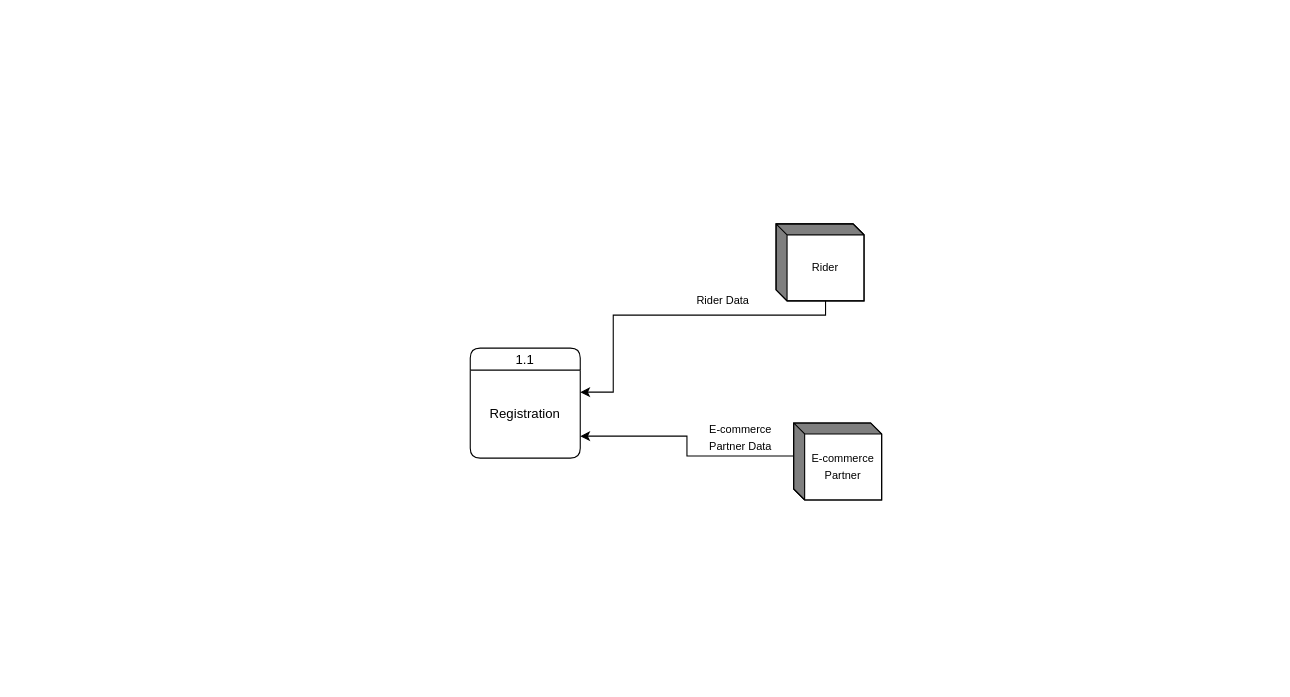
IamSaqibJaved/Diagrams keeps this draw.io diagram as page "Page-19" (19 of 24) of Activity Diagram UC-1.drawio. Above is the earlier version. Source tidied: cells renumbered, new cells numbered last; positions are measured from the earlier drawing's top-left corner, leaving out a move shared by most shapes. Both pictures are drawn from the tidied source at 110%, with x=0, y=0 at pixel (470, 223).
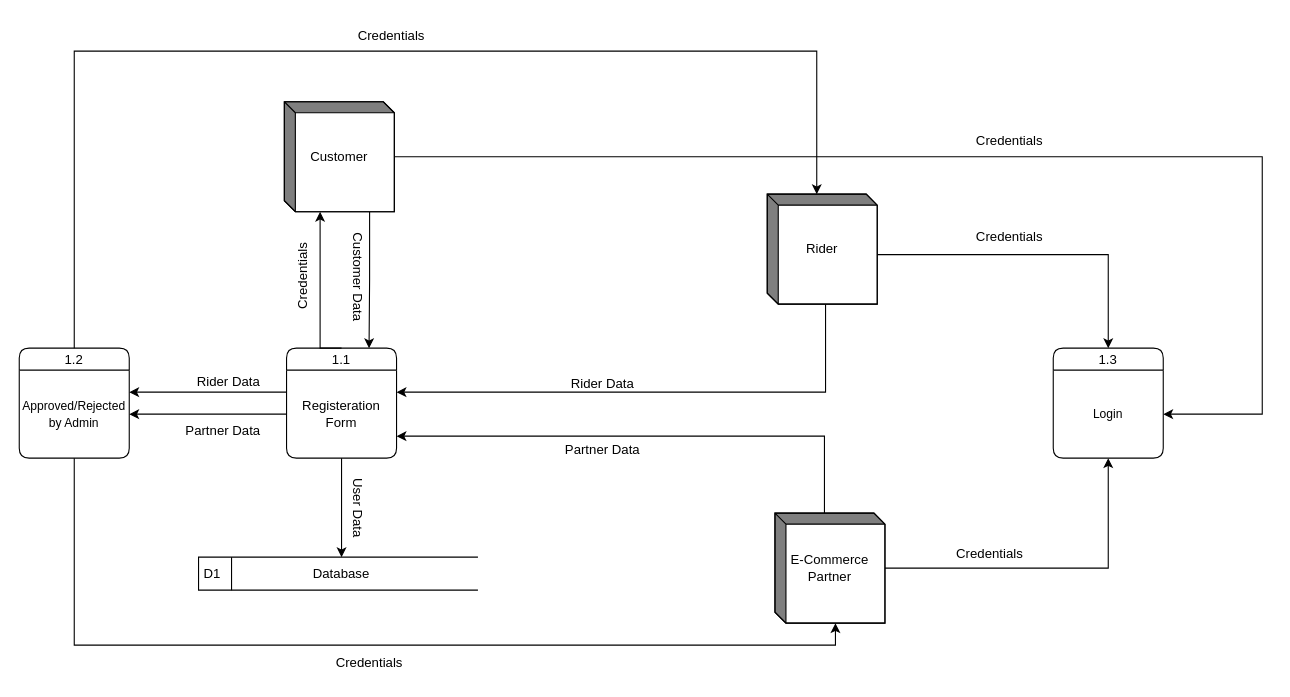
The same page after the edit.

What changed in the source:
```diff
@@
     <mxCell id="2" value="1.1" style="swimlane;fontStyle=0;horizontal=1;startSize=20;fillColor=#ffffff;swimlaneFillColor=#ffffff;rounded=1;" parent="1" vertex="1">
-      <mxGeometry y="113" width="100" height="100" as="geometry" />
+      <mxGeometry x="-167" y="113" width="100" height="100" as="geometry" />
     </mxCell>
-    <mxCell id="3" value="Registration" style="text;html=1;align=center;verticalAlign=middle;whiteSpace=wrap;rounded=0;" parent="2" vertex="1">
+    <mxCell id="3" value="Registeration Form" style="text;html=1;align=center;verticalAlign=middle;whiteSpace=wrap;rounded=0;" parent="2" vertex="1">
       <mxGeometry y="20" width="100" height="80" as="geometry" />
     </mxCell>
-    <mxCell id="4" style="edgeStyle=orthogonalEdgeStyle;rounded=0;jettySize=auto;html=1;exitX=0;exitY=0;exitDx=45;exitDy=70;exitPerimeter=0;entryX=1;entryY=0.25;entryDx=0;entryDy=0;" parent="1" edge="1" source="5" target="3">
+    <mxCell id="4" style="edgeStyle=orthogonalEdgeStyle;rounded=0;jettySize=auto;html=1;exitX=0;exitY=0;exitDx=45;exitDy=70;exitPerimeter=0;entryX=1;entryY=0.25;entryDx=0;entryDy=0;" parent="1" edge="1" target="3">
       <mxGeometry relative="1" as="geometry">
+        <mxPoint x="323" y="70" as="sourcePoint" />
         <Array as="points">
-          <mxPoint x="323" y="83" />
-          <mxPoint x="130" y="83" />
-          <mxPoint x="130" y="153" />
+          <mxPoint x="323" y="153" />
         </Array>
       </mxGeometry>
     </mxCell>
-    <mxCell id="5" style="html=1;dashed=0;whiteSpace=wrap;shape=mxgraph.dfd.externalEntity;" parent="1" vertex="1">
-      <mxGeometry x="278" width="80" height="70" as="geometry" />
-    </mxCell>
-    <mxCell id="6" style="edgeStyle=orthogonalEdgeStyle;rounded=0;jettySize=auto;html=1;exitX=0;exitY=0;exitDx=0;exitDy=30;exitPerimeter=0;entryX=1;entryY=0.75;entryDx=0;entryDy=0;" parent="1" edge="1" source="7" target="3">
+    <mxCell id="6" style="edgeStyle=orthogonalEdgeStyle;rounded=0;jettySize=auto;html=1;exitX=0;exitY=0;exitDx=45;exitDy=0;exitPerimeter=0;entryX=1;entryY=0.75;entryDx=0;entryDy=0;" parent="1" edge="1" source="13" target="3">
       <mxGeometry relative="1" as="geometry" />
     </mxCell>
-    <mxCell id="7" style="html=1;dashed=0;whiteSpace=wrap;shape=mxgraph.dfd.externalEntity;" parent="1" vertex="1">
-      <mxGeometry x="294" y="181" width="80" height="70" as="geometry" />
-    </mxCell>
+    <mxCell id="12" style="edgeStyle=orthogonalEdgeStyle;rounded=0;jettySize=auto;html=1;entryX=0.5;entryY=1;entryDx=0;entryDy=0;" parent="1" edge="1" source="13" target="38">
+      <mxGeometry relative="1" as="geometry" />
+    </mxCell>
+    <mxCell id="13" value="E-Commerce Partner" style="html=1;dashed=0;whiteSpace=wrap;shape=mxgraph.dfd.externalEntity;" parent="1" vertex="1">
+      <mxGeometry x="277" y="263" width="100" height="100" as="geometry" />
+    </mxCell>
+    <mxCell id="14" style="edgeStyle=orthogonalEdgeStyle;rounded=0;jettySize=auto;html=1;exitX=0;exitY=0;exitDx=100;exitDy=55;exitPerimeter=0;entryX=0.5;entryY=0;entryDx=0;entryDy=0;" parent="1" edge="1" source="8" target="37">
+      <mxGeometry relative="1" as="geometry" />
+    </mxCell>
-    <mxCell id="8" value="&lt;font style=&quot;font-size: 10px;&quot;&gt;Rider&lt;/font&gt;" style="text;html=1;align=center;verticalAlign=middle;whiteSpace=wrap;rounded=0;" parent="1" vertex="1">
-      <mxGeometry x="293" y="24" width="60" height="30" as="geometry" />
+    <mxCell id="8" value="Rider" style="html=1;dashed=0;whiteSpace=wrap;shape=mxgraph.dfd.externalEntity;" parent="1" vertex="1">
+      <mxGeometry x="270" y="-27" width="100" height="100" as="geometry" />
     </mxCell>
-    <mxCell id="9" value="&lt;span style=&quot;font-size: 10px;&quot;&gt;E-commerce Partner&lt;/span&gt;" style="text;html=1;align=center;verticalAlign=middle;whiteSpace=wrap;rounded=0;" parent="1" vertex="1">
-      <mxGeometry x="309" y="205" width="60" height="30" as="geometry" />
-    </mxCell>
-    <mxCell id="10" value="&lt;font style=&quot;font-size: 10px;&quot;&gt;Rider Data&lt;/font&gt;" style="text;html=1;align=center;verticalAlign=middle;whiteSpace=wrap;rounded=0;" parent="1" vertex="1">
-      <mxGeometry x="200" y="54" width="60" height="30" as="geometry" />
-    </mxCell>
-    <mxCell id="11" value="&lt;span style=&quot;font-size: 10px;&quot;&gt;E-commerce Partner Data&lt;/span&gt;" style="text;html=1;align=center;verticalAlign=middle;whiteSpace=wrap;rounded=0;" parent="1" vertex="1">
-      <mxGeometry x="200" y="179" width="92" height="30" as="geometry" />
-    </mxCell>
+    <mxCell id="15" value="Rider Data" style="text;html=1;align=center;verticalAlign=middle;strokeColor=none;fillColor=none;" parent="1" vertex="1">
+      <mxGeometry x="80" y="131" width="80" height="30" as="geometry" />
+    </mxCell>
+    <mxCell id="16" value="Partner Data" style="text;html=1;align=center;verticalAlign=middle;strokeColor=none;fillColor=none;" parent="1" vertex="1">
+      <mxGeometry x="75" y="191" width="90" height="30" as="geometry" />
+    </mxCell>
+    <mxCell id="17" value="1.2" style="swimlane;fontStyle=0;horizontal=1;startSize=20;fillColor=#ffffff;swimlaneFillColor=#ffffff;rounded=1;" parent="1" vertex="1">
+      <mxGeometry x="-410" y="113" width="100" height="100" as="geometry" />
+    </mxCell>
+    <mxCell id="18" value="&lt;font style=&quot;font-size: 11px;&quot;&gt;Approved/Rejected&lt;/font&gt;&lt;div&gt;&lt;font style=&quot;font-size: 11px;&quot;&gt;by Admin&lt;/font&gt;&lt;/div&gt;" style="text;html=1;align=center;verticalAlign=middle;whiteSpace=wrap;rounded=0;" parent="17" vertex="1">
+      <mxGeometry y="20" width="100" height="80" as="geometry" />
+    </mxCell>
+    <mxCell id="19" style="edgeStyle=orthogonalEdgeStyle;rounded=0;jettySize=auto;html=1;exitX=0;exitY=0.5;exitDx=0;exitDy=0;entryX=1;entryY=0.5;entryDx=0;entryDy=0;" parent="1" edge="1" source="3" target="18">
+      <mxGeometry relative="1" as="geometry" />
+    </mxCell>
+    <mxCell id="20" style="edgeStyle=orthogonalEdgeStyle;rounded=0;jettySize=auto;html=1;exitX=0;exitY=0.25;exitDx=0;exitDy=0;entryX=1;entryY=0.25;entryDx=0;entryDy=0;" parent="1" edge="1" source="3" target="18">
+      <mxGeometry relative="1" as="geometry" />
+    </mxCell>
+    <mxCell id="21" value="D1" style="html=1;dashed=0;whiteSpace=wrap;shape=mxgraph.dfd.dataStoreID;align=left;spacingLeft=3;" parent="1" vertex="1">
+      <mxGeometry x="-247" y="303" width="254" height="30" as="geometry" />
+    </mxCell>
+    <mxCell id="22" value="Database" style="text;html=1;align=center;verticalAlign=middle;whiteSpace=wrap;rounded=0;" parent="1" vertex="1">
+      <mxGeometry x="-147" y="303" width="60" height="30" as="geometry" />
+    </mxCell>
+    <mxCell id="23" value="User Data" style="text;html=1;align=center;verticalAlign=middle;strokeColor=none;fillColor=none;rotation=90;" parent="1" vertex="1">
+      <mxGeometry x="-142" y="243" width="80" height="30" as="geometry" />
+    </mxCell>
+    <mxCell id="24" value="Partner Data" style="text;html=1;align=center;verticalAlign=middle;strokeColor=none;fillColor=none;" parent="1" vertex="1">
+      <mxGeometry x="-270" y="173" width="90" height="30" as="geometry" />
+    </mxCell>
+    <mxCell id="25" value="Rider Data" style="text;html=1;align=center;verticalAlign=middle;strokeColor=none;fillColor=none;" parent="1" vertex="1">
+      <mxGeometry x="-260" y="129" width="80" height="30" as="geometry" />
+    </mxCell>
+    <mxCell id="26" style="edgeStyle=orthogonalEdgeStyle;rounded=0;jettySize=auto;html=1;exitX=0;exitY=0;exitDx=77.5;exitDy=100;exitPerimeter=0;entryX=0.75;entryY=0;entryDx=0;entryDy=0;" parent="1" edge="1" source="28" target="2">
+      <mxGeometry relative="1" as="geometry" />
+    </mxCell>
+    <mxCell id="27" style="edgeStyle=orthogonalEdgeStyle;rounded=0;jettySize=auto;html=1;exitX=0;exitY=0;exitDx=100;exitDy=55;exitPerimeter=0;entryX=1;entryY=0.5;entryDx=0;entryDy=0;" parent="1" edge="1" source="28" target="38">
+      <mxGeometry relative="1" as="geometry">
+        <Array as="points">
+          <mxPoint x="-69" y="-61" />
+          <mxPoint x="720" y="-61" />
+          <mxPoint x="720" y="173" />
+        </Array>
+      </mxGeometry>
+    </mxCell>
+    <mxCell id="28" value="Customer" style="html=1;dashed=0;whiteSpace=wrap;shape=mxgraph.dfd.externalEntity;" parent="1" vertex="1">
+      <mxGeometry x="-169" y="-111" width="100" height="100" as="geometry" />
+    </mxCell>
+    <mxCell id="29" value="Customer Data" style="text;html=1;align=center;verticalAlign=middle;strokeColor=none;fillColor=none;rotation=90;" parent="1" vertex="1">
+      <mxGeometry x="-152" y="33" width="100" height="30" as="geometry" />
+    </mxCell>
+    <mxCell id="30" style="edgeStyle=orthogonalEdgeStyle;rounded=0;jettySize=auto;html=1;exitX=0.5;exitY=1;exitDx=0;exitDy=0;entryX=0.5;entryY=0;entryDx=0;entryDy=0;" parent="1" edge="1" source="3" target="22">
+      <mxGeometry relative="1" as="geometry" />
+    </mxCell>
+    <mxCell id="31" style="edgeStyle=orthogonalEdgeStyle;rounded=0;jettySize=auto;html=1;exitX=0.5;exitY=0;exitDx=0;exitDy=0;entryX=0;entryY=0;entryDx=32.5;entryDy=100;entryPerimeter=0;" parent="1" edge="1" source="2" target="28">
+      <mxGeometry relative="1" as="geometry">
+        <Array as="points">
+          <mxPoint x="-136" y="113" />
+        </Array>
+      </mxGeometry>
+    </mxCell>
+    <mxCell id="32" value="Credentials" style="text;html=1;align=center;verticalAlign=middle;strokeColor=none;fillColor=none;rotation=-90;" parent="1" vertex="1">
+      <mxGeometry x="-192" y="33" width="80" height="30" as="geometry" />
+    </mxCell>
+    <mxCell id="33" style="edgeStyle=orthogonalEdgeStyle;rounded=0;jettySize=auto;html=1;exitX=0.5;exitY=1;exitDx=0;exitDy=0;entryX=0;entryY=0;entryDx=55;entryDy=100;entryPerimeter=0;" parent="1" edge="1" source="18" target="13">
+      <mxGeometry relative="1" as="geometry" />
+    </mxCell>
+    <mxCell id="34" style="edgeStyle=orthogonalEdgeStyle;rounded=0;jettySize=auto;html=1;entryX=0;entryY=0;entryDx=45;entryDy=0;entryPerimeter=0;" parent="1" edge="1" target="8">
+      <mxGeometry relative="1" as="geometry">
+        <mxPoint x="-360" y="113" as="sourcePoint" />
+        <Array as="points">
+          <mxPoint x="-360" y="-157" />
+          <mxPoint x="315" y="-157" />
+        </Array>
+      </mxGeometry>
+    </mxCell>
+    <mxCell id="35" value="Credentials" style="text;html=1;align=center;verticalAlign=middle;strokeColor=none;fillColor=none;rotation=0;" parent="1" vertex="1">
+      <mxGeometry x="-112" y="-186" width="80" height="30" as="geometry" />
+    </mxCell>
+    <mxCell id="36" value="Credentials" style="text;html=1;align=center;verticalAlign=middle;strokeColor=none;fillColor=none;rotation=0;" parent="1" vertex="1">
+      <mxGeometry x="-132" y="384" width="80" height="30" as="geometry" />
+    </mxCell>
+    <mxCell id="37" value="1.3" style="swimlane;fontStyle=0;horizontal=1;startSize=20;fillColor=#ffffff;swimlaneFillColor=#ffffff;rounded=1;" parent="1" vertex="1">
+      <mxGeometry x="530" y="113" width="100" height="100" as="geometry" />
+    </mxCell>
+    <mxCell id="38" value="&lt;span style=&quot;font-size: 11px;&quot;&gt;Login&lt;/span&gt;" style="text;html=1;align=center;verticalAlign=middle;whiteSpace=wrap;rounded=0;" parent="37" vertex="1">
+      <mxGeometry y="20" width="100" height="80" as="geometry" />
+    </mxCell>
+    <mxCell id="39" value="Credentials" style="text;html=1;align=center;verticalAlign=middle;strokeColor=none;fillColor=none;rotation=0;" parent="1" vertex="1">
+      <mxGeometry x="450" y="-90" width="80" height="30" as="geometry" />
+    </mxCell>
+    <mxCell id="40" value="Credentials" style="text;html=1;align=center;verticalAlign=middle;strokeColor=none;fillColor=none;rotation=0;" parent="1" vertex="1">
+      <mxGeometry x="432" y="285" width="80" height="30" as="geometry" />
+    </mxCell>
+    <mxCell id="41" value="Credentials" style="text;html=1;align=center;verticalAlign=middle;strokeColor=none;fillColor=none;rotation=0;" parent="1" vertex="1">
+      <mxGeometry x="450" y="-3" width="80" height="30" as="geometry" />
+    </mxCell>
```
